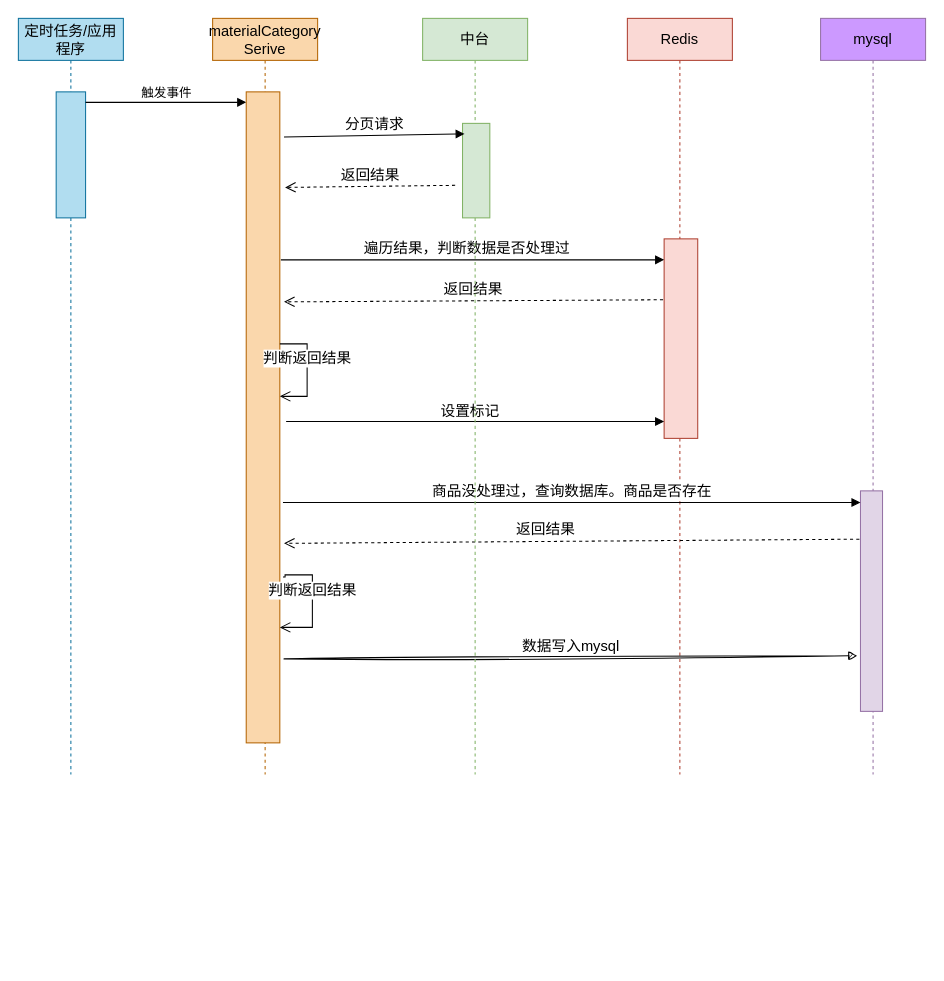
The draw.io diagram page "Page-1" (1 of 2) of 商品同步.drawio in pipisay/draw, before the edit. Source tidied: cells renumbered, new cells numbered last; positions are measured from the earlier drawing's top-left corner, leaving out a move shared by most shapes. Both pictures are drawn from the tidied source at 105%, with x=0, y=0 at pixel (18, 18).
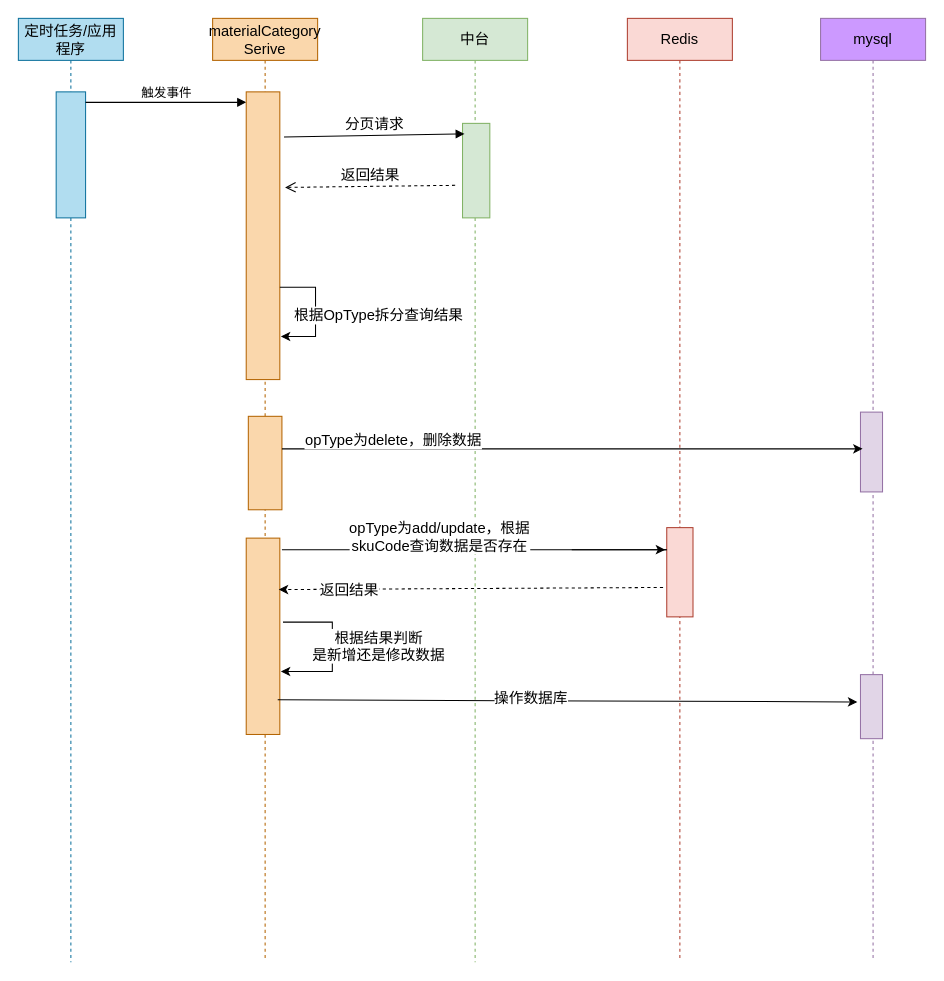
After the change.

Commit message:
更新商品同步.drawio

The edit, as a diff of the source:
```diff
@@
     <mxCell id="2" value="&lt;font style=&quot;font-size: 14px;&quot;&gt;定时任务/应用程序&lt;/font&gt;" style="shape=umlLifeline;perimeter=lifelinePerimeter;whiteSpace=wrap;html=1;newEdgeStyle={&quot;edgeStyle&quot;:&quot;elbowEdgeStyle&quot;,&quot;elbow&quot;:&quot;vertical&quot;,&quot;curved&quot;:0,&quot;rounded&quot;:0};fillColor=#b1ddf0;strokeColor=#10739e;" parent="1" vertex="1">
-      <mxGeometry width="100" height="720" as="geometry" />
+      <mxGeometry width="100" height="899" as="geometry" />
     </mxCell>
@@
     <mxCell id="5" value="&lt;font style=&quot;font-size: 14px;&quot;&gt;Redis&lt;/font&gt;" style="shape=umlLifeline;perimeter=lifelinePerimeter;whiteSpace=wrap;html=1;newEdgeStyle={&quot;edgeStyle&quot;:&quot;elbowEdgeStyle&quot;,&quot;elbow&quot;:&quot;vertical&quot;,&quot;curved&quot;:0,&quot;rounded&quot;:0};fillColor=#fad9d5;strokeColor=#ae4132;" parent="1" vertex="1">
-      <mxGeometry x="580" width="100" height="720" as="geometry" />
+      <mxGeometry x="580" width="100" height="896" as="geometry" />
     </mxCell>
     <mxCell id="6" style="html=1;points=[];perimeter=orthogonalPerimeter;outlineConnect=0;targetShapes=umlLifeline;portConstraint=eastwest;newEdgeStyle={&quot;edgeStyle&quot;:&quot;elbowEdgeStyle&quot;,&quot;elbow&quot;:&quot;vertical&quot;,&quot;curved&quot;:0,&quot;rounded&quot;:0};fillColor=#fad9d5;strokeColor=#ae4132;" parent="5" vertex="1">
-      <mxGeometry x="35" y="210" width="32" height="190" as="geometry" />
+      <mxGeometry x="37.5" y="485" width="25" height="85" as="geometry" />
     </mxCell>
     <mxCell id="7" value="&lt;font style=&quot;font-size: 14px;&quot;&gt;materialCategory&lt;br&gt;Serive&lt;/font&gt;" style="shape=umlLifeline;perimeter=lifelinePerimeter;whiteSpace=wrap;html=1;newEdgeStyle={&quot;edgeStyle&quot;:&quot;elbowEdgeStyle&quot;,&quot;elbow&quot;:&quot;vertical&quot;,&quot;curved&quot;:0,&quot;rounded&quot;:0};fillColor=#fad7ac;strokeColor=#b46504;" parent="1" vertex="1">
-      <mxGeometry x="185" width="100" height="720" as="geometry" />
+      <mxGeometry x="185" width="100" height="897" as="geometry" />
     </mxCell>
     <mxCell id="8" style="html=1;points=[];perimeter=orthogonalPerimeter;outlineConnect=0;targetShapes=umlLifeline;portConstraint=eastwest;newEdgeStyle={&quot;edgeStyle&quot;:&quot;elbowEdgeStyle&quot;,&quot;elbow&quot;:&quot;vertical&quot;,&quot;curved&quot;:0,&quot;rounded&quot;:0};fillColor=#fad7ac;strokeColor=#b46504;" parent="7" vertex="1">
-      <mxGeometry x="32" y="70" width="32" height="620" as="geometry" />
+      <mxGeometry x="32" y="70" width="32" height="274" as="geometry" />
     </mxCell>
-    <mxCell id="9" value="&lt;font style=&quot;font-size: 14px;&quot;&gt;判断返回结果&lt;/font&gt;" style="html=1;verticalAlign=bottom;endArrow=open;endSize=8;edgeStyle=orthogonalEdgeStyle;elbow=vertical;rounded=0;" parent="7" edge="1" source="8" target="8">
-      <mxGeometry relative="1" as="geometry">
-        <Array as="points">
-          <mxPoint x="90" y="310" />
-          <mxPoint x="90" y="360" />
-        </Array>
-      </mxGeometry>
-    </mxCell>
+    <mxCell id="23" style="html=1;perimeter=orthogonalPerimeter;targetShapes=umlLifeline;newEdgeStyle={&quot;edgeStyle&quot;:&quot;elbowEdgeStyle&quot;,&quot;elbow&quot;:&quot;vertical&quot;,&quot;curved&quot;:0,&quot;rounded&quot;:0};fillColor=#fad7ac;strokeColor=#b46504;" parent="7" vertex="1">
+      <mxGeometry x="34" y="379" width="32" height="89" as="geometry" />
+    </mxCell>
+    <mxCell id="24" style="html=1;perimeter=orthogonalPerimeter;targetShapes=umlLifeline;newEdgeStyle={&quot;edgeStyle&quot;:&quot;elbowEdgeStyle&quot;,&quot;elbow&quot;:&quot;vertical&quot;,&quot;curved&quot;:0,&quot;rounded&quot;:0};fillColor=#fad7ac;strokeColor=#b46504;" parent="7" vertex="1">
+      <mxGeometry x="32" y="495" width="32" height="187" as="geometry" />
+    </mxCell>
     <mxCell id="10" value="&lt;font style=&quot;font-size: 14px;&quot;&gt;mysql&lt;/font&gt;" style="shape=umlLifeline;perimeter=lifelinePerimeter;whiteSpace=wrap;html=1;newEdgeStyle={&quot;edgeStyle&quot;:&quot;elbowEdgeStyle&quot;,&quot;elbow&quot;:&quot;vertical&quot;,&quot;curved&quot;:0,&quot;rounded&quot;:0};fillColor=#CC99FF;strokeColor=#9673a6;" parent="1" vertex="1">
-      <mxGeometry x="764" width="100" height="720" as="geometry" />
+      <mxGeometry x="764" width="100" height="898" as="geometry" />
     </mxCell>
     <mxCell id="11" style="html=1;points=[];perimeter=orthogonalPerimeter;outlineConnect=0;targetShapes=umlLifeline;portConstraint=eastwest;newEdgeStyle={&quot;edgeStyle&quot;:&quot;elbowEdgeStyle&quot;,&quot;elbow&quot;:&quot;vertical&quot;,&quot;curved&quot;:0,&quot;rounded&quot;:0};fillColor=#e1d5e7;strokeColor=#9673a6;" parent="10" vertex="1">
-      <mxGeometry x="38" y="450" width="21" height="210" as="geometry" />
+      <mxGeometry x="38" y="375" width="21" height="76" as="geometry" />
     </mxCell>
-    <mxCell id="12" value="&lt;font style=&quot;font-size: 14px;&quot;&gt;遍历结果，判断数据是否处理过&lt;/font&gt;" style="html=1;verticalAlign=bottom;endArrow=block;edgeStyle=elbowEdgeStyle;elbow=vertical;curved=0;rounded=0;" parent="1" edge="1" target="6">
-      <mxGeometry x="-0.03" relative="1" as="geometry">
-        <mxPoint x="250" y="230" as="sourcePoint" />
-        <Array as="points">
-          <mxPoint x="605" y="230" />
-          <mxPoint x="475" y="220" />
-          <mxPoint x="545" y="200" />
-          <mxPoint x="655" y="180" />
-          <mxPoint x="690" y="149.5" />
-        </Array>
-      </mxGeometry>
-    </mxCell>
-    <mxCell id="13" value="&lt;font style=&quot;font-size: 14px;&quot;&gt;返回结果&lt;/font&gt;" style="html=1;verticalAlign=bottom;endArrow=open;dashed=1;endSize=8;elbow=vertical;rounded=0;" parent="1" edge="1">
-      <mxGeometry relative="1" as="geometry">
-        <mxPoint x="614" y="268" as="sourcePoint" />
-        <mxPoint x="253" y="270" as="targetPoint" />
-      </mxGeometry>
-    </mxCell>
-    <mxCell id="14" value="&lt;font style=&quot;font-size: 14px;&quot;&gt;商品没处理过，查询数据库。商品是否存在&lt;/font&gt;" style="html=1;verticalAlign=bottom;endArrow=block;elbow=vertical;rounded=0;" parent="1" edge="1" target="11">
-      <mxGeometry relative="1" as="geometry">
-        <mxPoint x="252" y="461" as="sourcePoint" />
-      </mxGeometry>
-    </mxCell>
-    <mxCell id="15" value="&lt;font style=&quot;font-size: 14px;&quot;&gt;返回结果&lt;/font&gt;" style="html=1;verticalAlign=bottom;endArrow=open;dashed=1;endSize=8;elbow=vertical;rounded=0;" parent="1" edge="1">
-      <mxGeometry x="0.09" relative="1" as="geometry">
-        <mxPoint x="801" y="496" as="sourcePoint" />
-        <mxPoint x="253" y="500" as="targetPoint" />
-      </mxGeometry>
-    </mxCell>
-    <mxCell id="16" value="&lt;font style=&quot;font-size: 14px;&quot;&gt;数据写入mysql&lt;/font&gt;" style="html=1;verticalAlign=bottom;endArrow=block;elbow=vertical;rounded=0;sketch=1;curveFitting=1;jiggle=2;" parent="1" edge="1">
-      <mxGeometry relative="1" as="geometry">
-        <mxPoint x="253" y="610" as="sourcePoint" />
-        <mxPoint x="799" y="607" as="targetPoint" />
-      </mxGeometry>
-    </mxCell>
-    <mxCell id="17" value="&lt;font style=&quot;font-size: 14px;&quot;&gt;设置标记&lt;/font&gt;" style="html=1;verticalAlign=bottom;endArrow=block;elbow=vertical;rounded=0;" parent="1" edge="1" target="6">
-      <mxGeometry x="-0.03" relative="1" as="geometry">
-        <mxPoint x="255" y="384" as="sourcePoint" />
-        <mxPoint y="1" as="offset" />
-      </mxGeometry>
-    </mxCell>
-    <mxCell id="18" value="&lt;font style=&quot;font-size: 14px;&quot;&gt;判断返回结果&lt;/font&gt;" style="html=1;verticalAlign=bottom;endArrow=open;endSize=8;edgeStyle=orthogonalEdgeStyle;elbow=vertical;rounded=0;" parent="1" edge="1" target="8">
-      <mxGeometry relative="1" as="geometry">
-        <mxPoint x="252" y="532" as="sourcePoint" />
-        <Array as="points">
-          <mxPoint x="254" y="532" />
-          <mxPoint x="254" y="530" />
-          <mxPoint x="280" y="530" />
-          <mxPoint x="280" y="580" />
-        </Array>
-      </mxGeometry>
-    </mxCell>
+    <mxCell id="25" style="html=1;perimeter=orthogonalPerimeter;targetShapes=umlLifeline;newEdgeStyle={&quot;edgeStyle&quot;:&quot;elbowEdgeStyle&quot;,&quot;elbow&quot;:&quot;vertical&quot;,&quot;curved&quot;:0,&quot;rounded&quot;:0};fillColor=#e1d5e7;strokeColor=#9673a6;" parent="10" vertex="1">
+      <mxGeometry x="38" y="625" width="21" height="61" as="geometry" />
+    </mxCell>
     <mxCell id="19" value="&lt;span style=&quot;font-size: 14px;&quot;&gt;&lt;font color=&quot;#000000&quot;&gt;中台&lt;/font&gt;&lt;/span&gt;" style="shape=umlLifeline;perimeter=lifelinePerimeter;whiteSpace=wrap;html=1;newEdgeStyle={&quot;edgeStyle&quot;:&quot;elbowEdgeStyle&quot;,&quot;elbow&quot;:&quot;vertical&quot;,&quot;curved&quot;:0,&quot;rounded&quot;:0};fillColor=#d5e8d4;strokeColor=#82b366;" parent="1" vertex="1">
-      <mxGeometry x="385" width="100" height="720" as="geometry" />
+      <mxGeometry x="385" width="100" height="899" as="geometry" />
     </mxCell>
@@
+    <mxCell id="26" style="endArrow=classic;html=1;rounded=0;edgeStyle=orthogonalEdgeStyle;" parent="1" edge="1" source="8">
+      <mxGeometry relative="1" as="geometry">
+        <mxPoint x="250" y="303" as="targetPoint" />
+        <Array as="points">
+          <mxPoint x="283" y="256" />
+          <mxPoint x="283" y="303" />
+        </Array>
+      </mxGeometry>
+    </mxCell>
+    <mxCell id="27" value="&lt;font style=&quot;font-size: 14px;&quot;&gt;根据OpType拆分查询结果&lt;/font&gt;" style="edgeLabel;html=1;align=center;verticalAlign=middle;" parent="26" vertex="1">
+      <mxGeometry x="-0.53" y="3" relative="1" as="geometry">
+        <mxPoint x="66" y="29" as="offset" />
+      </mxGeometry>
+    </mxCell>
+    <mxCell id="28" style="endArrow=classic;html=1;rounded=0;entryX=0.095;entryY=0.186;entryDx=0;entryDy=0;entryPerimeter=0;" parent="1" edge="1">
+      <mxGeometry relative="1" as="geometry">
+        <mxPoint x="251" y="410" as="sourcePoint" />
+        <mxPoint x="804" y="410" as="targetPoint" />
+      </mxGeometry>
+    </mxCell>
+    <mxCell id="29" value="&lt;font style=&quot;font-size: 14px;&quot;&gt;opType为delete，删除数据&lt;/font&gt;" style="edgeLabel;html=1;align=center;verticalAlign=middle;" parent="28" vertex="1">
+      <mxGeometry x="-0.69" y="-1" relative="1" as="geometry">
+        <mxPoint x="19" y="-10" as="offset" />
+      </mxGeometry>
+    </mxCell>
+    <mxCell id="30" style="endArrow=classic;html=1;rounded=0;startArrow=none;" parent="1" edge="1" source="6">
+      <mxGeometry relative="1" as="geometry">
+        <mxPoint x="616" y="506" as="targetPoint" />
+        <Array as="points">
+          <mxPoint x="527" y="506" />
+        </Array>
+      </mxGeometry>
+    </mxCell>
+    <mxCell id="31" style="endArrow=classic;html=1;rounded=0;dashed=1;" parent="1" edge="1">
+      <mxGeometry relative="1" as="geometry">
+        <mxPoint x="614" y="542" as="sourcePoint" />
+        <mxPoint x="248" y="544" as="targetPoint" />
+      </mxGeometry>
+    </mxCell>
+    <mxCell id="32" value="&lt;font style=&quot;font-size: 14px;&quot;&gt;返回结果&lt;/font&gt;" style="edgeLabel;html=1;align=center;verticalAlign=middle;" parent="31" vertex="1">
+      <mxGeometry x="0.64" y="1" relative="1" as="geometry" />
+    </mxCell>
+    <mxCell id="33" style="endArrow=none;html=1;rounded=0;" parent="1" edge="1" target="6">
+      <mxGeometry relative="1" as="geometry">
+        <mxPoint x="251" y="506" as="sourcePoint" />
+      </mxGeometry>
+    </mxCell>
+    <mxCell id="34" value="&lt;font style=&quot;font-size: 14px;&quot;&gt;opType为add/update，根据&lt;br&gt;skuCode查询数据是否存在&lt;/font&gt;" style="edgeLabel;html=1;align=center;verticalAlign=middle;" parent="33" vertex="1">
+      <mxGeometry x="-0.68" y="-1" relative="1" as="geometry">
+        <mxPoint x="90" y="-14" as="offset" />
+      </mxGeometry>
+    </mxCell>
+    <mxCell id="35" style="endArrow=classic;html=1;rounded=0;edgeStyle=orthogonalEdgeStyle;" parent="1" edge="1">
+      <mxGeometry relative="1" as="geometry">
+        <mxPoint x="252" y="575" as="sourcePoint" />
+        <mxPoint x="250" y="622" as="targetPoint" />
+        <Array as="points">
+          <mxPoint x="252" y="575" />
+          <mxPoint x="299" y="575" />
+          <mxPoint x="299" y="622" />
+        </Array>
+      </mxGeometry>
+    </mxCell>
+    <mxCell id="36" value="&lt;font style=&quot;font-size: 14px;&quot;&gt;根据结果判断&lt;br&gt;是新增还是修改数据&lt;/font&gt;" style="edgeLabel;html=1;align=center;verticalAlign=middle;" parent="35" vertex="1">
+      <mxGeometry x="0.38" y="1" relative="1" as="geometry">
+        <mxPoint x="48" y="-26" as="offset" />
+      </mxGeometry>
+    </mxCell>
+    <mxCell id="37" style="endArrow=classic;html=1;rounded=0;" parent="1" edge="1">
+      <mxGeometry relative="1" as="geometry">
+        <mxPoint x="247" y="649" as="sourcePoint" />
+        <mxPoint x="799" y="651" as="targetPoint" />
+      </mxGeometry>
+    </mxCell>
+    <mxCell id="38" value="&lt;font style=&quot;font-size: 14px;&quot;&gt;操作数据库&lt;/font&gt;" style="edgeLabel;html=1;align=center;verticalAlign=middle;" parent="37" vertex="1">
+      <mxGeometry x="-0.13" y="2" relative="1" as="geometry" />
+    </mxCell>
```
